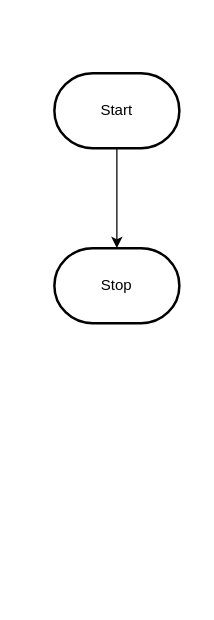
Earlier version of the draw.io diagram design/flowchart.drawio (MTHS-ICS2O-2-2022/ICS2O-Unit-3-04-jakub-malhotra). Source tidied: cells renumbered, new cells numbered last; positions are measured from the earlier drawing's top-left corner, leaving out a move shared by most shapes. Both pictures are drawn from the tidied source at 125%, with x=0, y=0 at pixel (54, 72).
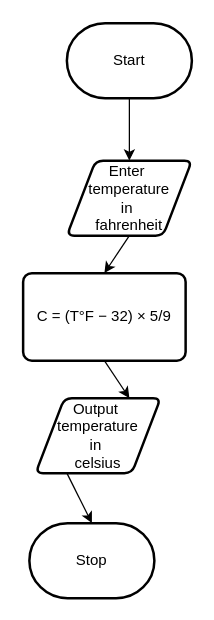
Above is the later version.

Commit message (it also covers changes not shown here):
storyboard and flowchart

Diff of the diagram source:
```diff
@@
 <mxGraphModel>
   <root>
     <mxCell id="0" />
     <mxCell id="1" parent="0" />
-    <mxCell id="2" style="edgeStyle=orthogonalEdgeStyle;html=1;rounded=0;" parent="1" edge="1" source="3" target="4">
-      <mxGeometry relative="1" as="geometry" />
-    </mxCell>
+    <mxCell id="5" style="edgeStyle=none;html=1;exitX=0.5;exitY=1;exitDx=0;exitDy=0;exitPerimeter=0;entryX=0.5;entryY=0;entryDx=0;entryDy=0;" parent="1" edge="1" source="3" target="2">
+      <mxGeometry relative="1" as="geometry" />
+    </mxCell>
     <mxCell id="3" value="Start" style="strokeWidth=2;html=1;shape=mxgraph.flowchart.terminator;whiteSpace=wrap;" parent="1" vertex="1">
-      <mxGeometry width="100" height="60" as="geometry" />
+      <mxGeometry x="10" y="-40" width="100" height="60" as="geometry" />
     </mxCell>
     <mxCell id="4" value="Stop" style="strokeWidth=2;html=1;shape=mxgraph.flowchart.terminator;whiteSpace=wrap;" parent="1" vertex="1">
-      <mxGeometry y="140" width="100" height="60" as="geometry" />
+      <mxGeometry x="-20" y="360" width="100" height="60" as="geometry" />
     </mxCell>
+    <mxCell id="6" style="edgeStyle=none;html=1;exitX=0.5;exitY=1;exitDx=0;exitDy=0;entryX=0.5;entryY=0;entryDx=0;entryDy=0;" parent="1" edge="1" source="2" target="8">
+      <mxGeometry relative="1" as="geometry" />
+    </mxCell>
+    <mxCell id="2" value="Enter&amp;nbsp;&lt;br&gt;temperature&lt;br&gt;in&amp;nbsp;&lt;br&gt;fahrenheit" style="shape=parallelogram;html=1;strokeWidth=2;perimeter=parallelogramPerimeter;whiteSpace=wrap;rounded=1;arcSize=12;size=0.23;" parent="1" vertex="1">
+      <mxGeometry x="10" y="70" width="100" height="60" as="geometry" />
+    </mxCell>
+    <mxCell id="7" style="edgeStyle=none;html=1;exitX=0.5;exitY=1;exitDx=0;exitDy=0;entryX=0.75;entryY=0;entryDx=0;entryDy=0;" parent="1" edge="1" source="8" target="10">
+      <mxGeometry relative="1" as="geometry" />
+    </mxCell>
+    <mxCell id="8" value="C = (T°F − 32) × 5/9" style="rounded=1;whiteSpace=wrap;html=1;absoluteArcSize=1;arcSize=14;strokeWidth=2;" parent="1" vertex="1">
+      <mxGeometry x="-25" y="160" width="130" height="70" as="geometry" />
+    </mxCell>
+    <mxCell id="9" style="edgeStyle=none;html=1;exitX=0.25;exitY=1;exitDx=0;exitDy=0;entryX=0.5;entryY=0;entryDx=0;entryDy=0;entryPerimeter=0;" parent="1" edge="1" source="10" target="4">
+      <mxGeometry relative="1" as="geometry" />
+    </mxCell>
+    <mxCell id="10" value="Output&amp;nbsp;&lt;br&gt;temperature&lt;br&gt;in&amp;nbsp;&lt;br&gt;celsius" style="shape=parallelogram;html=1;strokeWidth=2;perimeter=parallelogramPerimeter;whiteSpace=wrap;rounded=1;arcSize=12;size=0.23;" parent="1" vertex="1">
+      <mxGeometry x="-15" y="260" width="100" height="60" as="geometry" />
+    </mxCell>
   </root>
 </mxGraphModel>
```
